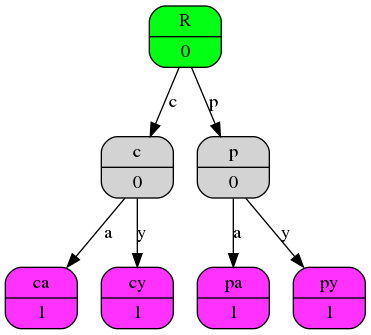
Before: Trie/AFD.png, a diagram exported from Graphviz (ReposAcces/AutomatonMinimization). Its source is kept beside it as Trie/AFD.dot.
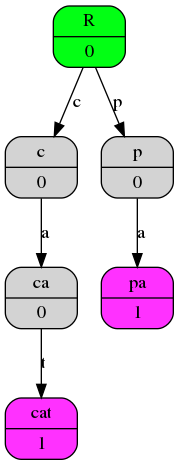
After the change.

The edit, as a diff of the source:
```diff
@@ -2,16 +2,14 @@
 	node [shape=Mrecord];
 	R[style=filled, fillcolor="#02ff14", label="{ <data> R | <ew> 0 }"];
 	c[style=filled, fillcolor="", label="{ <data> c | <ew> 0 }"];
-	ca[style=filled, fillcolor="#ff31ff", label="{ <data> ca | <ew> 1 }"];
-	ca[style=filled, fillcolor="#ff31ff", label="{ <data> ca | <ew> 1 }"];
-	c[style=filled, fillcolor="", label="{ <data> c | <ew> 0 }"];
-	ca[style=filled, fillcolor="#ff31ff", label="{ <data> ca | <ew> 1 }"];
-	ca[style=filled, fillcolor="#ff31ff", label="{ <data> ca | <ew> 1 }"];
+	ca[style=filled, fillcolor="", label="{ <data> ca | <ew> 0 }"];
+	cat[style=filled, fillcolor="#ff31ff", label="{ <data> cat | <ew> 1 }"];
+	p[style=filled, fillcolor="", label="{ <data> p | <ew> 0 }"];
+	cat[style=filled, fillcolor="#ff31ff", label="{ <data> cat | <ew> 1 }"];
 
 	R:ew:c -> c [label=c];
-	R:ew:c -> c [label=p];
+	R:ew:c -> p [label=p];
 	c:ew:c -> ca [label=a];
-	c:ew:c -> ca [label=y];
-	c:ew:c -> ca [label=a];
-	c:ew:c -> ca [label=y];
+	p:ew:c -> cat [label=a];
+	ca:ew:c -> cat [label=t];
 }
```
